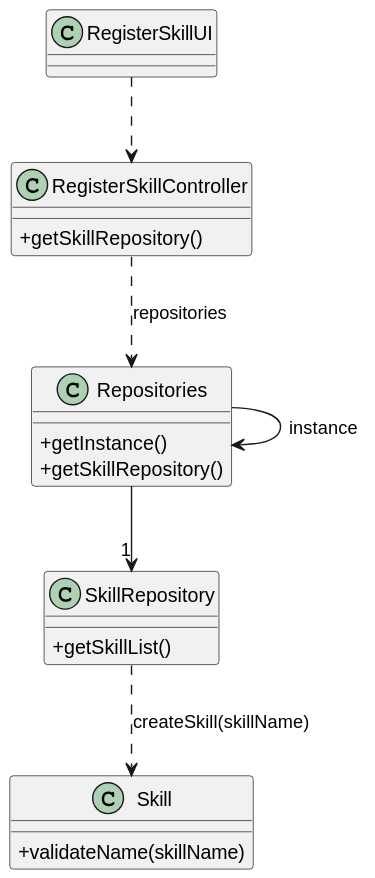
The PlantUML diagram docs/sprintB/us001/03.design/svg/us001-class-diagram.svg in Rui-San/LAPR2_2023_2024, before a commit. The source it was exported from:
```plantuml
@startuml
skinparam packageStyle rectangle
skinparam shadowing false
skinparam linetype polyline
skinparam classAttributeIconSize 0

Repositories -> Repositories : instance


Repositories --> "1" SkillRepository

SkillRepository ..> Skill : createSkill(skillName)
RegisterSkillController ..> Repositories : repositories
RegisterSkillUI ..> RegisterSkillController

class RegisterSkillUI {

}

class RegisterSkillController {
    + getSkillRepository()
}

class Repositories {
    + getInstance()
    + getSkillRepository()
}

class SkillRepository {
    + getSkillList()
}

class Skill {
    + validateName(skillName)
}
@enduml
```
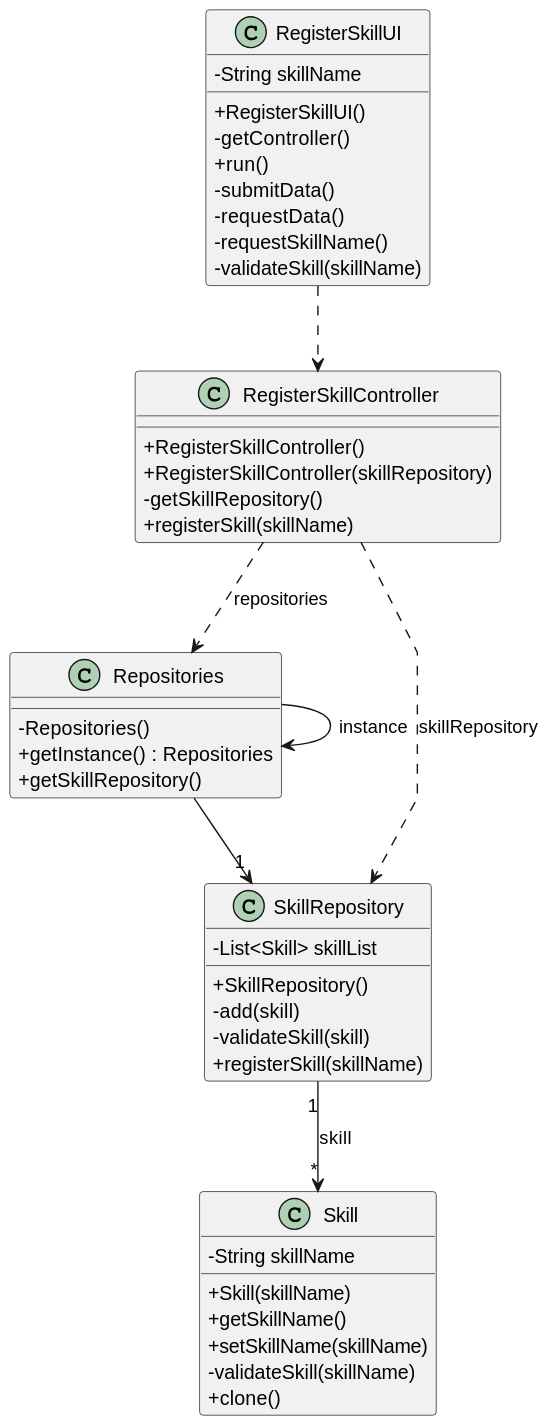
After the change.

What changed in the source:
```diff
@@ -4,33 +4,56 @@
 skinparam linetype polyline
 skinparam classAttributeIconSize 0
 
-Repositories -> Repositories : instance
 
 
-Repositories --> "1" SkillRepository
+class RegisterSkillUI {
+    - String skillName
 
-SkillRepository ..> Skill : createSkill(skillName)
-RegisterSkillController ..> Repositories : repositories
-RegisterSkillUI ..> RegisterSkillController
-
-class RegisterSkillUI {
-
+    + RegisterSkillUI()
+    - getController()
+    + run()
+    - submitData()
+    - requestData()
+    - requestSkillName()
+    - validateSkill(skillName)
 }
 
 class RegisterSkillController {
-    + getSkillRepository()
+    + RegisterSkillController()
+    + RegisterSkillController(skillRepository)
+    - getSkillRepository()
+    + registerSkill(skillName)
 }
 
 class Repositories {
-    + getInstance()
+    - Repositories()
+    + getInstance() : Repositories
     + getSkillRepository()
 }
 
 class SkillRepository {
-    + getSkillList()
+    - List<Skill> skillList
+
+    + SkillRepository()
+    - add(skill)
+    - validateSkill(skill)
+    + registerSkill(skillName)
 }
 
 class Skill {
-    + validateName(skillName)
+    - String skillName
+
+    + Skill(skillName)
+    + getSkillName()
+    + setSkillName(skillName)
+    - validateSkill(skillName)
+    + clone()
 }
+
+Repositories -> Repositories : instance
+Repositories --> "1" SkillRepository
+RegisterSkillController ..> SkillRepository : skillRepository
+SkillRepository "1" --> "*" Skill : skill
+RegisterSkillController ..> Repositories : repositories
+RegisterSkillUI ..> RegisterSkillController
 @enduml
```
